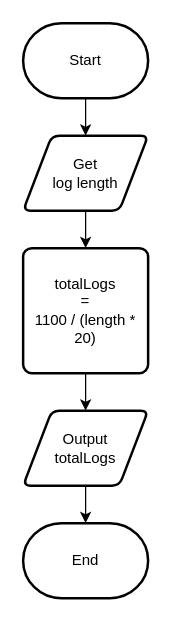
The draw.io diagram flowchart.drawio in Mohamad-Tanbari/ICS4U-Unit-1-TS, before the edit. Source tidied: cells renumbered, new cells numbered last; positions are measured from the earlier drawing's top-left corner, leaving out a move shared by most shapes. Both pictures are drawn from the tidied source at 125%, with x=0, y=0 at pixel (22, 22).
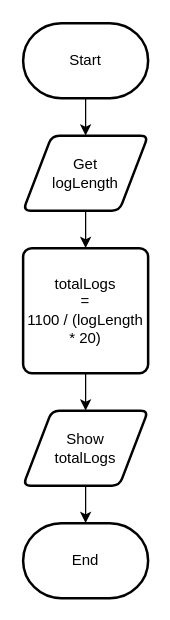
Above is the later version.

Diff of the diagram source:
```diff
@@
 <mxGraphModel>
   <root>
     <mxCell id="0" />
     <mxCell id="1" parent="0" />
     <mxCell id="2" style="edgeStyle=none;html=1;entryX=0.5;entryY=0;entryDx=0;entryDy=0;" parent="1" edge="1" source="3" target="6">
       <mxGeometry relative="1" as="geometry" />
     </mxCell>
     <mxCell id="3" value="Start&lt;br&gt;" style="strokeWidth=2;html=1;shape=mxgraph.flowchart.terminator;whiteSpace=wrap;" parent="1" vertex="1">
       <mxGeometry width="100" height="60" as="geometry" />
     </mxCell>
     <mxCell id="4" value="End" style="strokeWidth=2;html=1;shape=mxgraph.flowchart.terminator;whiteSpace=wrap;" parent="1" vertex="1">
       <mxGeometry y="400" width="100" height="60" as="geometry" />
     </mxCell>
     <mxCell id="5" style="edgeStyle=none;html=1;entryX=0.5;entryY=0;entryDx=0;entryDy=0;" parent="1" edge="1" source="6" target="8">
       <mxGeometry relative="1" as="geometry" />
     </mxCell>
-    <mxCell id="6" value="Get &lt;br&gt;log length" style="shape=parallelogram;html=1;strokeWidth=2;perimeter=parallelogramPerimeter;whiteSpace=wrap;rounded=1;arcSize=12;size=0.23;" parent="1" vertex="1">
+    <mxCell id="6" value="Get &lt;br&gt;logLength" style="shape=parallelogram;html=1;strokeWidth=2;perimeter=parallelogramPerimeter;whiteSpace=wrap;rounded=1;arcSize=12;size=0.23;" parent="1" vertex="1">
       <mxGeometry y="90" width="100" height="60" as="geometry" />
     </mxCell>
     <mxCell id="7" style="edgeStyle=none;html=1;" parent="1" edge="1" source="8" target="10">
       <mxGeometry relative="1" as="geometry" />
     </mxCell>
-    <mxCell id="8" value="totalLogs&lt;br&gt;=&lt;br&gt;1100 / (length * 20)" style="rounded=1;whiteSpace=wrap;html=1;absoluteArcSize=1;arcSize=14;strokeWidth=2;" parent="1" vertex="1">
+    <mxCell id="8" value="totalLogs&lt;br&gt;=&lt;br&gt;1100 / (logLength * 20)" style="rounded=1;whiteSpace=wrap;html=1;absoluteArcSize=1;arcSize=14;strokeWidth=2;" parent="1" vertex="1">
       <mxGeometry y="180" width="100" height="100" as="geometry" />
     </mxCell>
     <mxCell id="9" style="edgeStyle=none;html=1;entryX=0.5;entryY=0;entryDx=0;entryDy=0;entryPerimeter=0;" parent="1" edge="1" source="10" target="4">
       <mxGeometry relative="1" as="geometry" />
     </mxCell>
-    <mxCell id="10" value="Output&lt;br&gt;totalLogs" style="shape=parallelogram;html=1;strokeWidth=2;perimeter=parallelogramPerimeter;whiteSpace=wrap;rounded=1;arcSize=12;size=0.23;" parent="1" vertex="1">
+    <mxCell id="10" value="Show&lt;br&gt;totalLogs" style="shape=parallelogram;html=1;strokeWidth=2;perimeter=parallelogramPerimeter;whiteSpace=wrap;rounded=1;arcSize=12;size=0.23;" parent="1" vertex="1">
       <mxGeometry y="310" width="100" height="60" as="geometry" />
     </mxCell>
   </root>
 </mxGraphModel>
```
